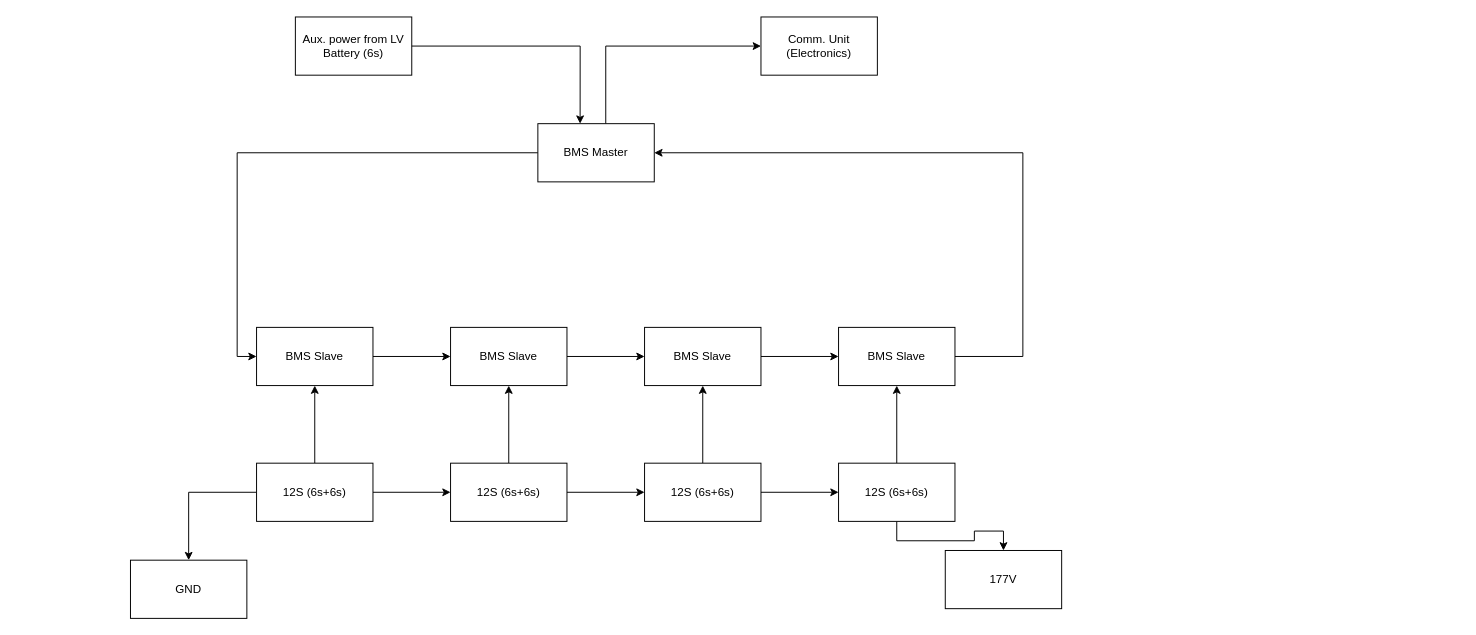
The draw.io diagram Vegapod 24/BMS Complete.drawio in sakshamgupta2004/VegapodAll, before the edit. Source tidied: cells renumbered, new cells numbered last; positions are measured from the earlier drawing's top-left corner, leaving out a move shared by most shapes. Both pictures are drawn from the tidied source at 97%, with x=0, y=0 at pixel (130, 16).
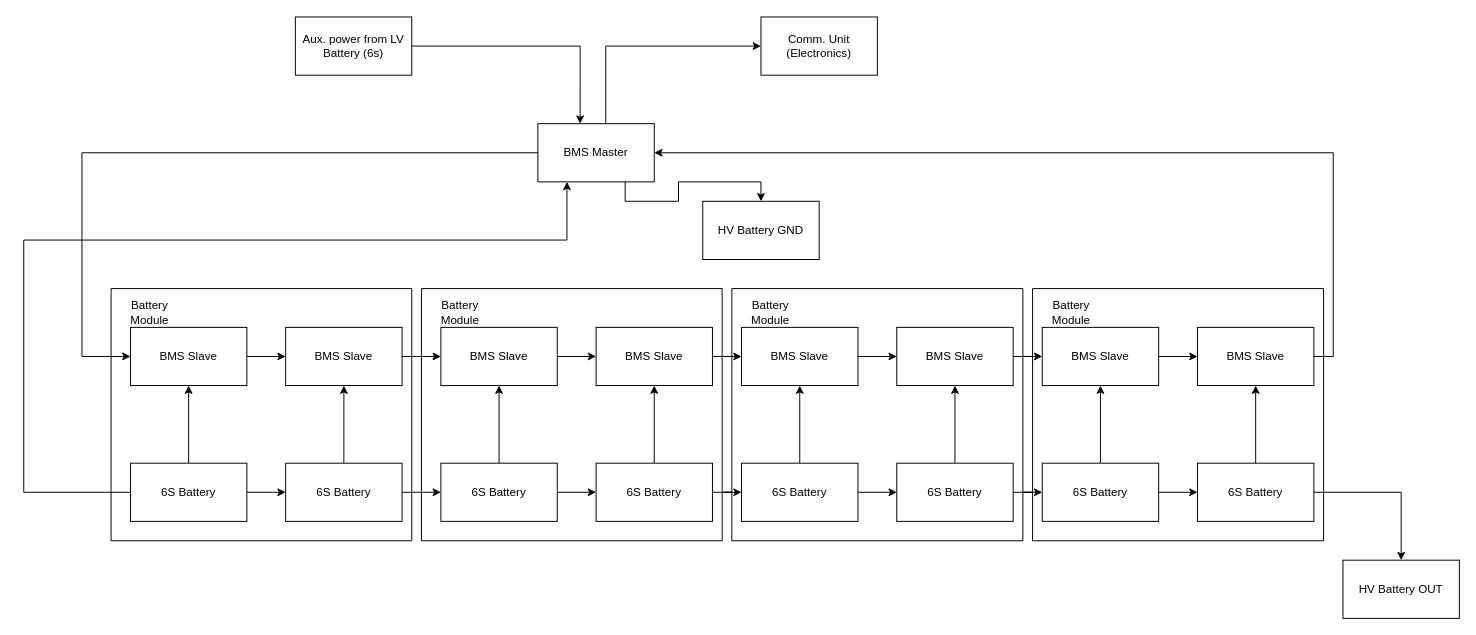
The same diagram, later.

The change refers to these unchanged cells:
```xml
<mxCell id="12" value="BMS Master" style="rounded=0;whiteSpace=wrap;html=1;" parent="1" vertex="1">
  <mxGeometry x="420" y="110" width="120" height="60" as="geometry" />
</mxCell>
```

The edit, as a diff of the source:
```diff
@@
-    <mxCell id="2" style="edgeStyle=orthogonalEdgeStyle;rounded=0;jettySize=auto;html=1;" parent="1" edge="1" source="3" target="5">
-      <mxGeometry relative="1" as="geometry" />
-    </mxCell>
+    <mxCell id="31" style="edgeStyle=orthogonalEdgeStyle;rounded=0;jettySize=auto;html=1;" parent="1" edge="1" source="3" target="36">
+      <mxGeometry relative="1" as="geometry" />
+    </mxCell>
     <mxCell id="3" value="BMS Slave" style="rounded=0;whiteSpace=wrap;html=1;" parent="1" vertex="1">
-      <mxGeometry x="130" y="320" width="120" height="60" as="geometry" />
+      <mxGeometry y="320" width="120" height="60" as="geometry" />
     </mxCell>
-    <mxCell id="4" style="edgeStyle=orthogonalEdgeStyle;rounded=0;jettySize=auto;html=1;" parent="1" edge="1" source="5" target="7">
-      <mxGeometry relative="1" as="geometry" />
-    </mxCell>
-    <mxCell id="5" value="BMS Slave" style="rounded=0;whiteSpace=wrap;html=1;" parent="1" vertex="1">
-      <mxGeometry x="330" y="320" width="120" height="60" as="geometry" />
-    </mxCell>
-    <mxCell id="6" style="edgeStyle=orthogonalEdgeStyle;rounded=0;jettySize=auto;html=1;" parent="1" edge="1" source="7" target="9">
-      <mxGeometry relative="1" as="geometry" />
-    </mxCell>
-    <mxCell id="7" value="BMS Slave" style="rounded=0;whiteSpace=wrap;html=1;" parent="1" vertex="1">
-      <mxGeometry x="530" y="320" width="120" height="60" as="geometry" />
-    </mxCell>
-    <mxCell id="8" style="edgeStyle=orthogonalEdgeStyle;rounded=0;jettySize=auto;html=1;entryX=1;entryY=0.5;entryDx=0;entryDy=0;" parent="1" edge="1" source="9" target="12">
-      <mxGeometry relative="1" as="geometry">
-        <Array as="points">
-          <mxPoint x="920" y="350" />
-          <mxPoint x="920" y="140" />
-        </Array>
-      </mxGeometry>
-    </mxCell>
-    <mxCell id="9" value="BMS Slave" style="rounded=0;whiteSpace=wrap;html=1;" parent="1" vertex="1">
-      <mxGeometry x="730" y="320" width="120" height="60" as="geometry" />
-    </mxCell>
     <mxCell id="10" style="edgeStyle=orthogonalEdgeStyle;rounded=0;jettySize=auto;html=1;entryX=0;entryY=0.5;entryDx=0;entryDy=0;" parent="1" edge="1" source="12" target="3">
-      <mxGeometry relative="1" as="geometry" />
+      <mxGeometry relative="1" as="geometry">
+        <Array as="points">
+          <mxPoint x="-50" y="140" />
+          <mxPoint x="-50" y="350" />
+        </Array>
+      </mxGeometry>
     </mxCell>
@@
+    <mxCell id="32" style="edgeStyle=orthogonalEdgeStyle;rounded=0;jettySize=auto;html=1;exitX=0.75;exitY=1;exitDx=0;exitDy=0;" parent="1" edge="1" source="12" target="78">
+      <mxGeometry relative="1" as="geometry" />
+    </mxCell>
@@
-    <mxCell id="16" style="edgeStyle=orthogonalEdgeStyle;rounded=0;jettySize=auto;html=1;" parent="1" edge="1" source="19" target="22">
-      <mxGeometry relative="1" as="geometry" />
-    </mxCell>
@@
-    <mxCell id="18" style="edgeStyle=orthogonalEdgeStyle;rounded=0;jettySize=auto;html=1;entryX=0.5;entryY=0;entryDx=0;entryDy=0;" parent="1" edge="1" source="19" target="29">
-      <mxGeometry relative="1" as="geometry" />
-    </mxCell>
+    <mxCell id="33" style="edgeStyle=orthogonalEdgeStyle;rounded=0;jettySize=auto;html=1;" parent="1" edge="1" source="19" target="39">
+      <mxGeometry relative="1" as="geometry" />
+    </mxCell>
+    <mxCell id="34" style="edgeStyle=orthogonalEdgeStyle;rounded=0;jettySize=auto;html=1;exitX=0;exitY=0.5;exitDx=0;exitDy=0;entryX=0.25;entryY=1;entryDx=0;entryDy=0;" parent="1" edge="1" source="19" target="12">
+      <mxGeometry relative="1" as="geometry">
+        <Array as="points">
+          <mxPoint x="-110" y="490" />
+          <mxPoint x="-110" y="230" />
+          <mxPoint x="450" y="230" />
+        </Array>
+      </mxGeometry>
+    </mxCell>
-    <mxCell id="19" value="12S (6s+6s)" style="rounded=0;whiteSpace=wrap;html=1;" parent="1" vertex="1">
-      <mxGeometry x="130" y="460" width="120" height="60" as="geometry" />
+    <mxCell id="19" value="6S Battery" style="rounded=0;whiteSpace=wrap;html=1;" parent="1" vertex="1">
+      <mxGeometry y="460" width="120" height="60" as="geometry" />
     </mxCell>
-    <mxCell id="20" style="edgeStyle=orthogonalEdgeStyle;rounded=0;jettySize=auto;html=1;" parent="1" edge="1" source="22" target="25">
-      <mxGeometry relative="1" as="geometry" />
-    </mxCell>
-    <mxCell id="21" style="edgeStyle=orthogonalEdgeStyle;rounded=0;jettySize=auto;html=1;" parent="1" edge="1" source="22" target="5">
-      <mxGeometry relative="1" as="geometry" />
-    </mxCell>
-    <mxCell id="22" value="12S (6s+6s)" style="rounded=0;whiteSpace=wrap;html=1;" parent="1" vertex="1">
-      <mxGeometry x="330" y="460" width="120" height="60" as="geometry" />
-    </mxCell>
-    <mxCell id="23" style="edgeStyle=orthogonalEdgeStyle;rounded=0;jettySize=auto;html=1;" parent="1" edge="1" source="25" target="28">
-      <mxGeometry relative="1" as="geometry" />
-    </mxCell>
-    <mxCell id="24" style="edgeStyle=orthogonalEdgeStyle;rounded=0;jettySize=auto;html=1;" parent="1" edge="1" source="25" target="7">
-      <mxGeometry relative="1" as="geometry" />
-    </mxCell>
-    <mxCell id="25" value="12S (6s+6s)" style="rounded=0;whiteSpace=wrap;html=1;" parent="1" vertex="1">
-      <mxGeometry x="530" y="460" width="120" height="60" as="geometry" />
-    </mxCell>
-    <mxCell id="26" style="edgeStyle=orthogonalEdgeStyle;rounded=0;jettySize=auto;html=1;" parent="1" edge="1" source="28" target="9">
-      <mxGeometry relative="1" as="geometry" />
-    </mxCell>
-    <mxCell id="27" style="edgeStyle=orthogonalEdgeStyle;rounded=0;jettySize=auto;html=1;entryX=0.5;entryY=0;entryDx=0;entryDy=0;" parent="1" edge="1" source="28" target="30">
-      <mxGeometry relative="1" as="geometry" />
-    </mxCell>
-    <mxCell id="28" value="12S (6s+6s)" style="rounded=0;whiteSpace=wrap;html=1;" parent="1" vertex="1">
-      <mxGeometry x="730" y="460" width="120" height="60" as="geometry" />
-    </mxCell>
-    <mxCell id="29" value="GND" style="rounded=0;whiteSpace=wrap;html=1;" parent="1" vertex="1">
-      <mxGeometry y="560" width="120" height="60" as="geometry" />
-    </mxCell>
-    <mxCell id="30" value="177V" style="rounded=0;whiteSpace=wrap;html=1;" parent="1" vertex="1">
-      <mxGeometry x="840" y="550" width="120" height="60" as="geometry" />
+    <mxCell id="30" value="HV Battery OUT" style="rounded=0;whiteSpace=wrap;html=1;" parent="1" vertex="1">
+      <mxGeometry x="1250" y="560" width="120" height="60" as="geometry" />
     </mxCell>
+    <mxCell id="35" style="edgeStyle=orthogonalEdgeStyle;rounded=0;jettySize=auto;html=1;" parent="1" edge="1" source="36" target="41">
+      <mxGeometry relative="1" as="geometry" />
+    </mxCell>
+    <mxCell id="36" value="BMS Slave" style="rounded=0;whiteSpace=wrap;html=1;" parent="1" vertex="1">
+      <mxGeometry x="160" y="320" width="120" height="60" as="geometry" />
+    </mxCell>
+    <mxCell id="37" style="edgeStyle=orthogonalEdgeStyle;rounded=0;jettySize=auto;html=1;" parent="1" edge="1" source="39" target="36">
+      <mxGeometry relative="1" as="geometry" />
+    </mxCell>
+    <mxCell id="38" style="edgeStyle=orthogonalEdgeStyle;rounded=0;jettySize=auto;html=1;" parent="1" edge="1" source="39" target="47">
+      <mxGeometry relative="1" as="geometry" />
+    </mxCell>
+    <mxCell id="39" value="6S Battery" style="rounded=0;whiteSpace=wrap;html=1;" parent="1" vertex="1">
+      <mxGeometry x="160" y="460" width="120" height="60" as="geometry" />
+    </mxCell>
+    <mxCell id="40" style="edgeStyle=orthogonalEdgeStyle;rounded=0;jettySize=auto;html=1;" parent="1" edge="1" source="41" target="44">
+      <mxGeometry relative="1" as="geometry" />
+    </mxCell>
+    <mxCell id="41" value="BMS Slave" style="rounded=0;whiteSpace=wrap;html=1;" parent="1" vertex="1">
+      <mxGeometry x="320" y="320" width="120" height="60" as="geometry" />
+    </mxCell>
+    <mxCell id="42" style="edgeStyle=orthogonalEdgeStyle;rounded=0;jettySize=auto;html=1;" parent="1" edge="1" source="47" target="41">
+      <mxGeometry relative="1" as="geometry" />
+    </mxCell>
+    <mxCell id="43" style="edgeStyle=orthogonalEdgeStyle;rounded=0;jettySize=auto;html=1;" parent="1" edge="1" source="44" target="51">
+      <mxGeometry relative="1" as="geometry" />
+    </mxCell>
+    <mxCell id="44" value="BMS Slave" style="rounded=0;whiteSpace=wrap;html=1;" parent="1" vertex="1">
+      <mxGeometry x="480" y="320" width="120" height="60" as="geometry" />
+    </mxCell>
+    <mxCell id="45" style="edgeStyle=orthogonalEdgeStyle;rounded=0;jettySize=auto;html=1;" parent="1" edge="1" source="49" target="44">
+      <mxGeometry relative="1" as="geometry" />
+    </mxCell>
+    <mxCell id="46" style="edgeStyle=orthogonalEdgeStyle;rounded=0;jettySize=auto;html=1;" parent="1" edge="1" source="47" target="49">
+      <mxGeometry relative="1" as="geometry" />
+    </mxCell>
+    <mxCell id="47" value="6S Battery" style="rounded=0;whiteSpace=wrap;html=1;" parent="1" vertex="1">
+      <mxGeometry x="320" y="460" width="120" height="60" as="geometry" />
+    </mxCell>
+    <mxCell id="48" style="edgeStyle=orthogonalEdgeStyle;rounded=0;jettySize=auto;html=1;" parent="1" edge="1" source="49" target="57">
+      <mxGeometry relative="1" as="geometry" />
+    </mxCell>
+    <mxCell id="49" value="6S Battery" style="rounded=0;whiteSpace=wrap;html=1;" parent="1" vertex="1">
+      <mxGeometry x="480" y="460" width="120" height="60" as="geometry" />
+    </mxCell>
+    <mxCell id="50" style="edgeStyle=orthogonalEdgeStyle;rounded=0;jettySize=auto;html=1;" parent="1" edge="1" source="51" target="54">
+      <mxGeometry relative="1" as="geometry" />
+    </mxCell>
+    <mxCell id="51" value="BMS Slave" style="rounded=0;whiteSpace=wrap;html=1;" parent="1" vertex="1">
+      <mxGeometry x="630" y="320" width="120" height="60" as="geometry" />
+    </mxCell>
+    <mxCell id="52" style="edgeStyle=orthogonalEdgeStyle;rounded=0;jettySize=auto;html=1;" parent="1" edge="1" source="57" target="51">
+      <mxGeometry relative="1" as="geometry" />
+    </mxCell>
+    <mxCell id="53" style="edgeStyle=orthogonalEdgeStyle;rounded=0;jettySize=auto;html=1;" parent="1" edge="1" source="54" target="67">
+      <mxGeometry relative="1" as="geometry" />
+    </mxCell>
+    <mxCell id="54" value="BMS Slave" style="rounded=0;whiteSpace=wrap;html=1;" parent="1" vertex="1">
+      <mxGeometry x="790" y="320" width="120" height="60" as="geometry" />
+    </mxCell>
+    <mxCell id="55" style="edgeStyle=orthogonalEdgeStyle;rounded=0;jettySize=auto;html=1;" parent="1" edge="1" source="59" target="54">
+      <mxGeometry relative="1" as="geometry" />
+    </mxCell>
+    <mxCell id="56" style="edgeStyle=orthogonalEdgeStyle;rounded=0;jettySize=auto;html=1;" parent="1" edge="1" source="57" target="59">
+      <mxGeometry relative="1" as="geometry" />
+    </mxCell>
+    <mxCell id="57" value="6S Battery" style="rounded=0;whiteSpace=wrap;html=1;" parent="1" vertex="1">
+      <mxGeometry x="630" y="460" width="120" height="60" as="geometry" />
+    </mxCell>
+    <mxCell id="58" style="edgeStyle=orthogonalEdgeStyle;rounded=0;jettySize=auto;html=1;" parent="1" edge="1" source="59" target="69">
+      <mxGeometry relative="1" as="geometry" />
+    </mxCell>
+    <mxCell id="59" value="6S Battery" style="rounded=0;whiteSpace=wrap;html=1;" parent="1" vertex="1">
+      <mxGeometry x="790" y="460" width="120" height="60" as="geometry" />
+    </mxCell>
+    <mxCell id="60" style="edgeStyle=orthogonalEdgeStyle;rounded=0;jettySize=auto;html=1;" parent="1" edge="1" source="67" target="66">
+      <mxGeometry relative="1" as="geometry" />
+    </mxCell>
+    <mxCell id="61" style="edgeStyle=orthogonalEdgeStyle;rounded=0;jettySize=auto;html=1;" parent="1" edge="1" source="69" target="67">
+      <mxGeometry relative="1" as="geometry" />
+    </mxCell>
+    <mxCell id="62" style="edgeStyle=orthogonalEdgeStyle;rounded=0;jettySize=auto;html=1;" parent="1" edge="1" source="64" target="66">
+      <mxGeometry relative="1" as="geometry" />
+    </mxCell>
+    <mxCell id="63" style="edgeStyle=orthogonalEdgeStyle;rounded=0;jettySize=auto;html=1;exitX=1;exitY=0.5;exitDx=0;exitDy=0;entryX=0.5;entryY=0;entryDx=0;entryDy=0;" parent="1" edge="1" source="64" target="30">
+      <mxGeometry relative="1" as="geometry" />
+    </mxCell>
+    <mxCell id="64" value="6S Battery" style="rounded=0;whiteSpace=wrap;html=1;" parent="1" vertex="1">
+      <mxGeometry x="1100" y="460" width="120" height="60" as="geometry" />
+    </mxCell>
+    <mxCell id="65" style="edgeStyle=orthogonalEdgeStyle;rounded=0;jettySize=auto;html=1;exitX=1;exitY=0.5;exitDx=0;exitDy=0;entryX=1;entryY=0.5;entryDx=0;entryDy=0;" parent="1" edge="1" source="66" target="12">
+      <mxGeometry relative="1" as="geometry" />
+    </mxCell>
+    <mxCell id="66" value="BMS Slave" style="rounded=0;whiteSpace=wrap;html=1;" parent="1" vertex="1">
+      <mxGeometry x="1100" y="320" width="120" height="60" as="geometry" />
+    </mxCell>
+    <mxCell id="67" value="BMS Slave" style="rounded=0;whiteSpace=wrap;html=1;" parent="1" vertex="1">
+      <mxGeometry x="940" y="320" width="120" height="60" as="geometry" />
+    </mxCell>
+    <mxCell id="68" style="edgeStyle=orthogonalEdgeStyle;rounded=0;jettySize=auto;html=1;" parent="1" edge="1" source="69" target="64">
+      <mxGeometry relative="1" as="geometry" />
+    </mxCell>
+    <mxCell id="69" value="6S Battery" style="rounded=0;whiteSpace=wrap;html=1;" parent="1" vertex="1">
+      <mxGeometry x="940" y="460" width="120" height="60" as="geometry" />
+    </mxCell>
+    <mxCell id="70" style="swimlane;startSize=0;" parent="1" vertex="1">
+      <mxGeometry x="-20" y="280" width="310" height="260" as="geometry" />
+    </mxCell>
+    <mxCell id="71" value="Battery Module" style="text;html=1;align=center;verticalAlign=middle;whiteSpace=wrap;rounded=0;" parent="70" vertex="1">
+      <mxGeometry x="10" y="10" width="60" height="30" as="geometry" />
+    </mxCell>
+    <mxCell id="72" style="swimlane;startSize=0;" parent="1" vertex="1">
+      <mxGeometry x="300" y="280" width="310" height="260" as="geometry" />
+    </mxCell>
+    <mxCell id="73" value="Battery Module" style="text;html=1;align=center;verticalAlign=middle;whiteSpace=wrap;rounded=0;" parent="72" vertex="1">
+      <mxGeometry x="10" y="10" width="60" height="30" as="geometry" />
+    </mxCell>
+    <mxCell id="74" style="swimlane;startSize=0;" parent="1" vertex="1">
+      <mxGeometry x="620" y="280" width="300" height="260" as="geometry" />
+    </mxCell>
+    <mxCell id="75" value="Battery Module" style="text;html=1;align=center;verticalAlign=middle;whiteSpace=wrap;rounded=0;" parent="74" vertex="1">
+      <mxGeometry x="10" y="10" width="60" height="30" as="geometry" />
+    </mxCell>
+    <mxCell id="76" style="swimlane;startSize=0;" parent="1" vertex="1">
+      <mxGeometry x="930" y="280" width="300" height="260" as="geometry" />
+    </mxCell>
+    <mxCell id="77" value="Battery Module" style="text;html=1;align=center;verticalAlign=middle;whiteSpace=wrap;rounded=0;" parent="76" vertex="1">
+      <mxGeometry x="10" y="10" width="60" height="30" as="geometry" />
+    </mxCell>
+    <mxCell id="78" value="HV Battery GND" style="rounded=0;whiteSpace=wrap;html=1;" parent="1" vertex="1">
+      <mxGeometry x="590" y="190" width="120" height="60" as="geometry" />
+    </mxCell>
```
